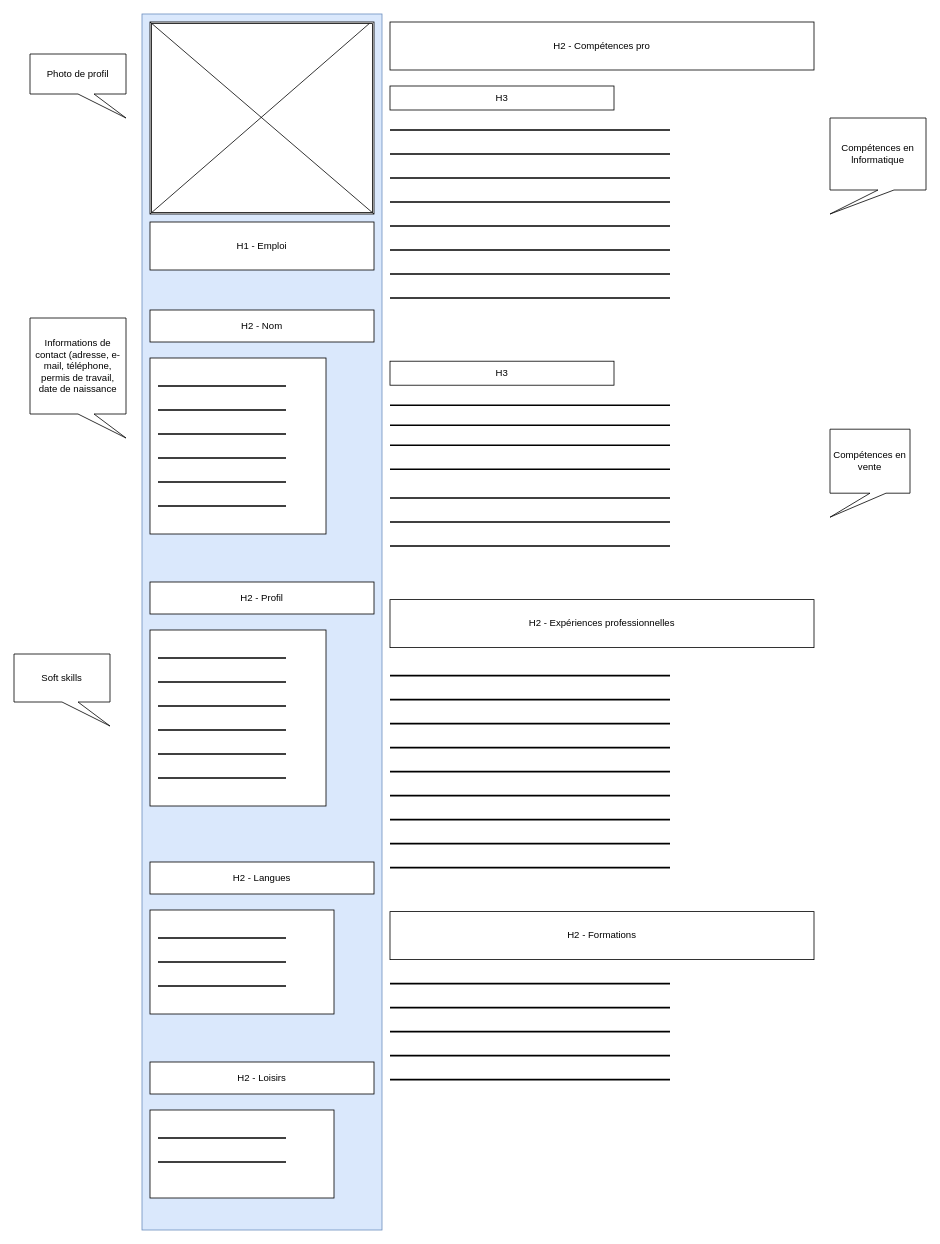
This is cv.drawio from feliciencorbat/wireframe_cv_bootstrap, a draw.io file, before an edit. Source tidied: cells renumbered, new cells numbered last; positions are measured from the earlier drawing's top-left corner, leaving out a move shared by most shapes. Both pictures are drawn from the tidied source at 80%, with x=0, y=0 at pixel (14, 14).
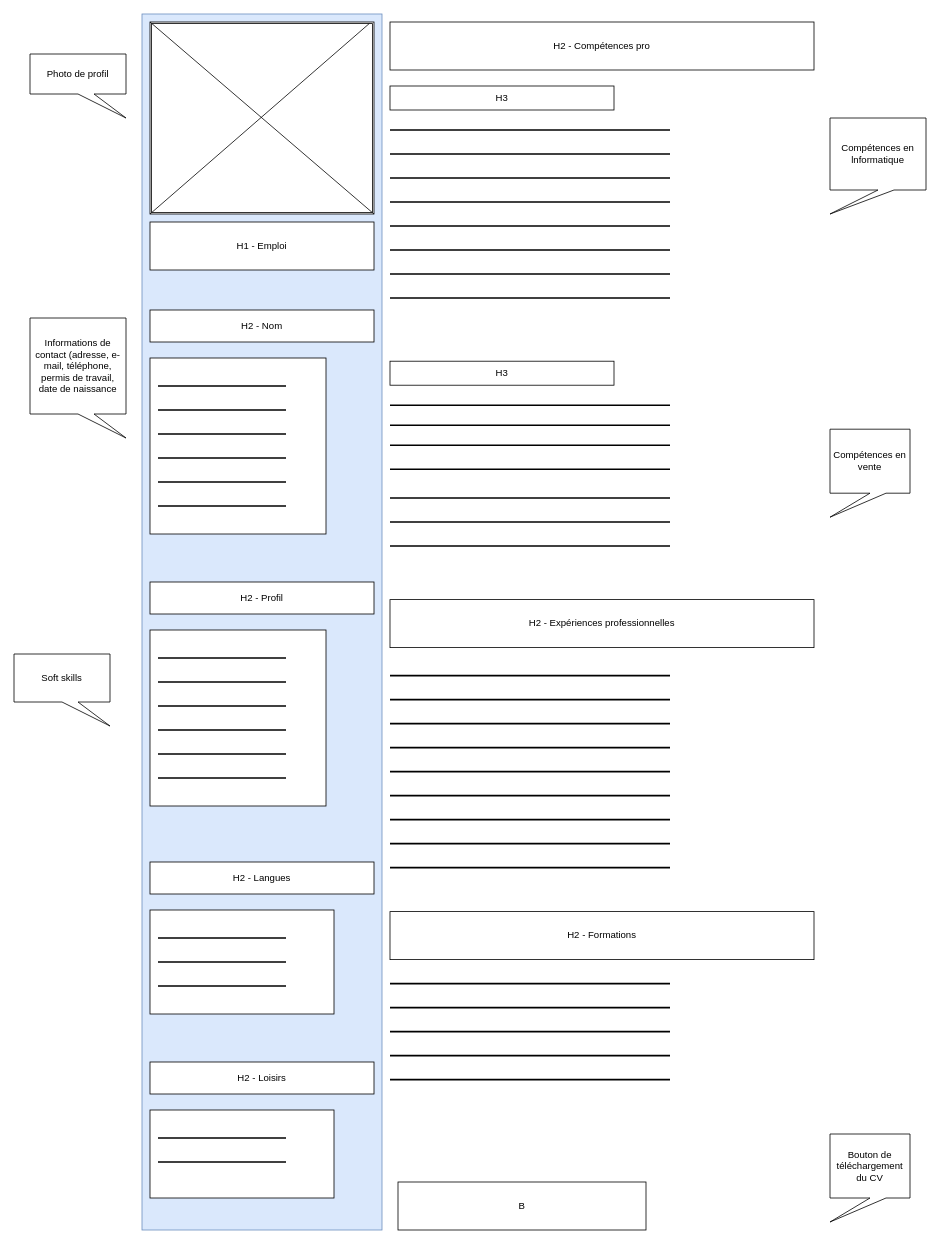
Above is the later version.

Change to the diagram source:
```diff
@@
+    <mxCell id="72" value="B" style="rounded=0;whiteSpace=wrap;html=1;" parent="1" vertex="1">
+      <mxGeometry x="480" y="1460" width="310" height="60" as="geometry" />
+    </mxCell>
+    <mxCell id="73" value="Bouton de téléchargement du CV" style="shape=callout;whiteSpace=wrap;html=1;perimeter=calloutPerimeter;position2=0;" parent="1" vertex="1">
+      <mxGeometry x="1020" y="1400" width="100" height="110" as="geometry" />
+    </mxCell>
```
